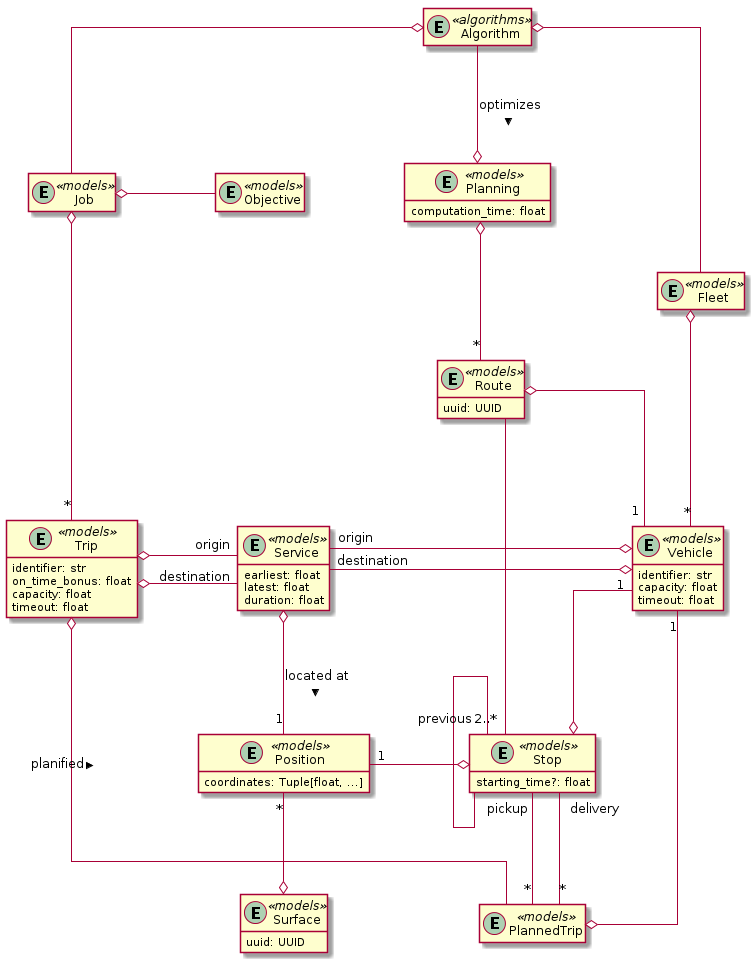
This is document/img/data-model-overview.png from garciparedes/tfg-dial-a-ride-problem, a PlantUML export, as it was before one commit.
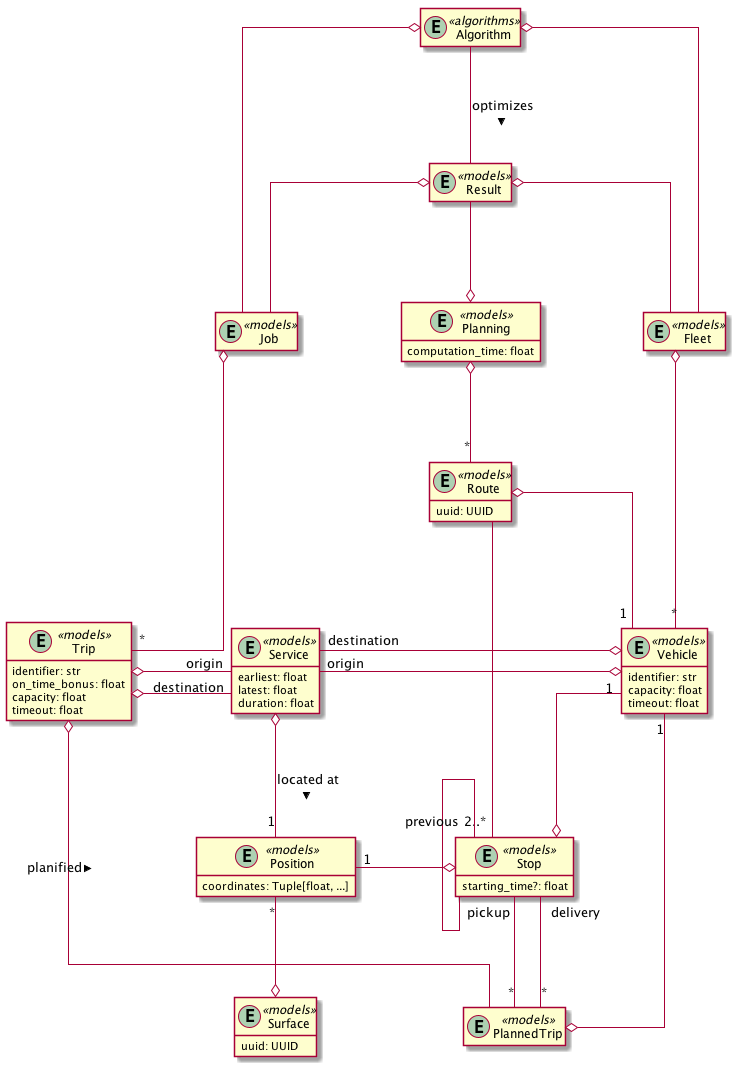
The same file after the commit.

Commit message:
* Included diagrams.

Diff of the diagram source:
```diff
@@ -2,7 +2,6 @@
 skinparam linetype ortho
 skinparam nodesep 100
 skinparam ranksep 100
-
 hide empty methods
 hide empty attributes
 
@@ -25,11 +24,16 @@
   timeout: float
 }
 
-entity PlannedTrip <<models>>
+entity PlannedTrip <<models>> {
+}
 
 entity Planning <<models>> {
   computation_time: float
 }
+
+entity Result <<models>> {
+}
+
 
 entity Stop <<models>> {
   starting_time?: float
@@ -41,12 +45,11 @@
   duration: float
 }
 
-entity Job <<models>>
+entity Job <<models>> {
+}
 
-entity Objective <<models>>
-
-
-entity Fleet <<models>>
+entity Fleet <<models>> {
+}
 
 entity Position <<models>> {
   coordinates: Tuple[float, ...]
@@ -57,9 +60,12 @@
 }
 
 
-Objective -o Job
+
 Job o-"*" Trip
-Algorithm --o Planning: optimizes >
+Algorithm -- Result: optimizes >
+Result --o Planning
+Result o-- Fleet
+Result o-- Job
 Algorithm o-- Fleet
 Algorithm o-- Job
 Planning o--"*" Route
@@ -79,4 +85,6 @@
 Fleet o--"*" Vehicle
 Vehicle o-left-"origin" Service
 Vehicle o-left-"destination" Service
+
+
 @enduml
```
